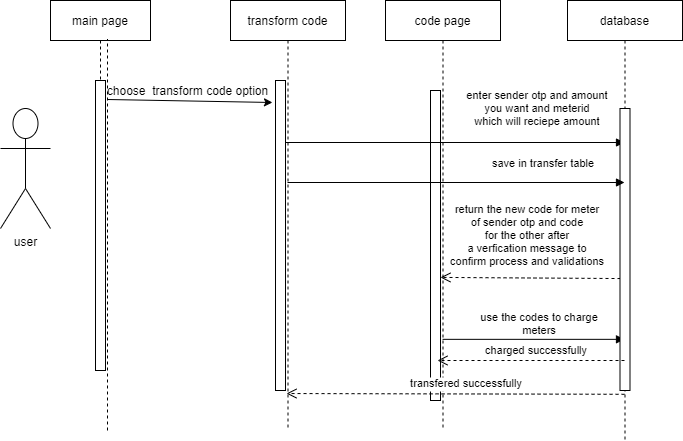
Above: seqtrans.png in shamaabuhassan/Charts (draw.io), before the change. Source tidied: cells renumbered, new cells last; positions are measured from the earlier drawing's top-left corner, leaving out a move shared by most shapes.
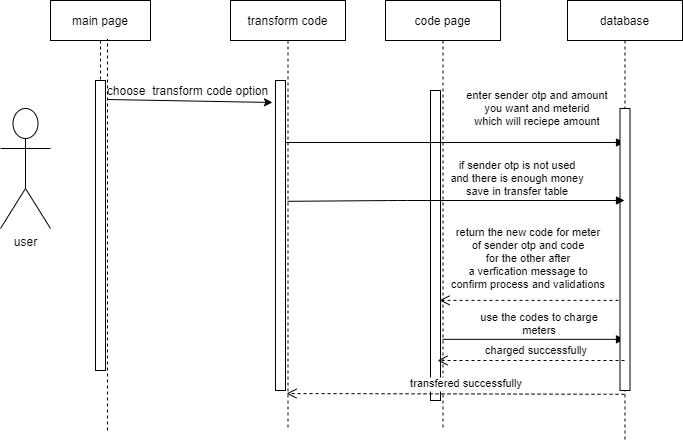
Later version of the same file.

What changed in the source:
```diff
@@ -28,7 +28,7 @@
         <mxPoint x="285" y="142" as="sourcePoint" />
       </mxGeometry>
     </mxCell>
-    <mxCell id="10" value="return the new code for meter&#10;of sender otp and code &#10;for the other after&#10;a verfication message to &#10;confirm process and validations" style="verticalAlign=bottom;endArrow=open;dashed=1;endSize=8;shadow=0;strokeWidth=1;entryX=0.478;entryY=0.644;entryDx=0;entryDy=0;entryPerimeter=0;exitX=0.05;exitY=0.603;exitDx=0;exitDy=0;exitPerimeter=0;" parent="1" edge="1" source="13" target="7">
+    <mxCell id="10" value="return the new code for meter&#10;of sender otp and code &#10;for the other after&#10;a verfication message to &#10;confirm process and validations" style="verticalAlign=bottom;endArrow=open;dashed=1;endSize=8;shadow=0;strokeWidth=1;entryX=0.9;entryY=0.677;entryDx=0;entryDy=0;entryPerimeter=0;" parent="1" edge="1" source="12" target="8">
       <mxGeometry x="0.03" y="-7" relative="1" as="geometry" />
     </mxCell>
     <mxCell id="11" value="use the codes to charge&#10;meters" style="verticalAlign=bottom;endArrow=block;shadow=0;strokeWidth=1;exitX=0.496;exitY=0.788;exitDx=0;exitDy=0;exitPerimeter=0;" parent="1" edge="1" source="7" target="12">
@@ -54,9 +54,11 @@
     <mxCell id="16" value="choose&amp;nbsp; transform code option" style="text;html=1;align=center;verticalAlign=middle;points=[];" parent="1" vertex="1">
       <mxGeometry x="97" y="80" width="180" height="20" as="geometry" />
     </mxCell>
-    <mxCell id="17" value="save in transfer table" style="verticalAlign=bottom;endArrow=block;shadow=0;strokeWidth=1;" parent="1" edge="1" target="12">
-      <mxGeometry x="0.52" y="10" relative="1" as="geometry">
-        <mxPoint x="287" y="182" as="sourcePoint" />
+    <mxCell id="17" value="if sender otp is not used &#10;and there is enough money &#10;save in transfer table" style="verticalAlign=bottom;endArrow=block;shadow=0;strokeWidth=1;exitX=0.496;exitY=0.467;exitDx=0;exitDy=0;exitPerimeter=0;" parent="1" edge="1" source="4" target="12">
+      <mxGeometry x="0.36" relative="1" as="geometry">
+        <Array as="points">
+          <mxPoint x="397" y="200" />
+        </Array>
       </mxGeometry>
     </mxCell>
     <mxCell id="18" value="charged successfully" style="verticalAlign=bottom;endArrow=open;dashed=1;endSize=8;shadow=0;strokeWidth=1;entryX=0.496;entryY=0.448;entryDx=0;entryDy=0;entryPerimeter=0;" parent="1" edge="1" source="12">
```
